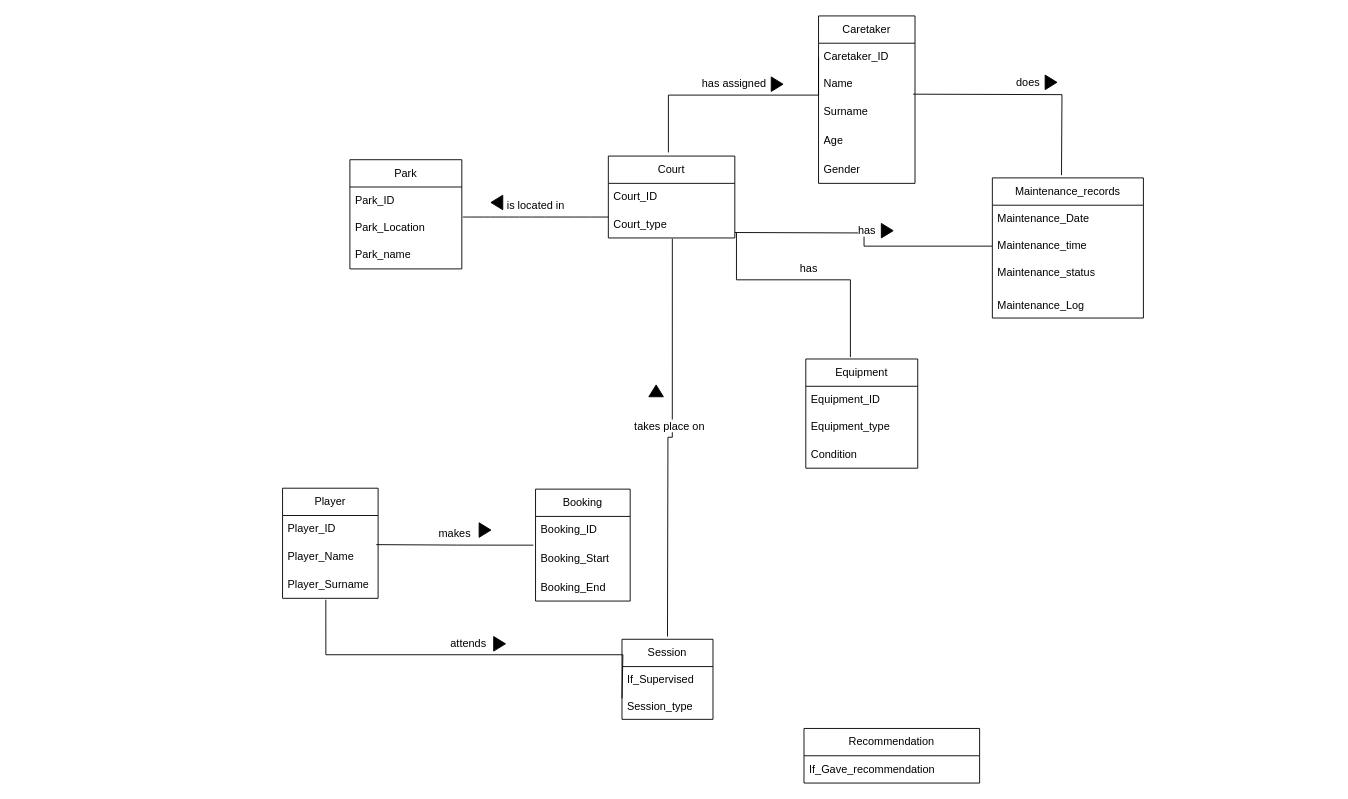
Earlier version of the draw.io diagram DB_cwk.drawio (frajdzia/DB_cwk). Source tidied: cells renumbered, new cells numbered last; positions are measured from the earlier drawing's top-left corner, leaving out a move shared by most shapes. Both pictures are drawn from the tidied source at 91%, with x=0, y=0 at pixel (282, 15).
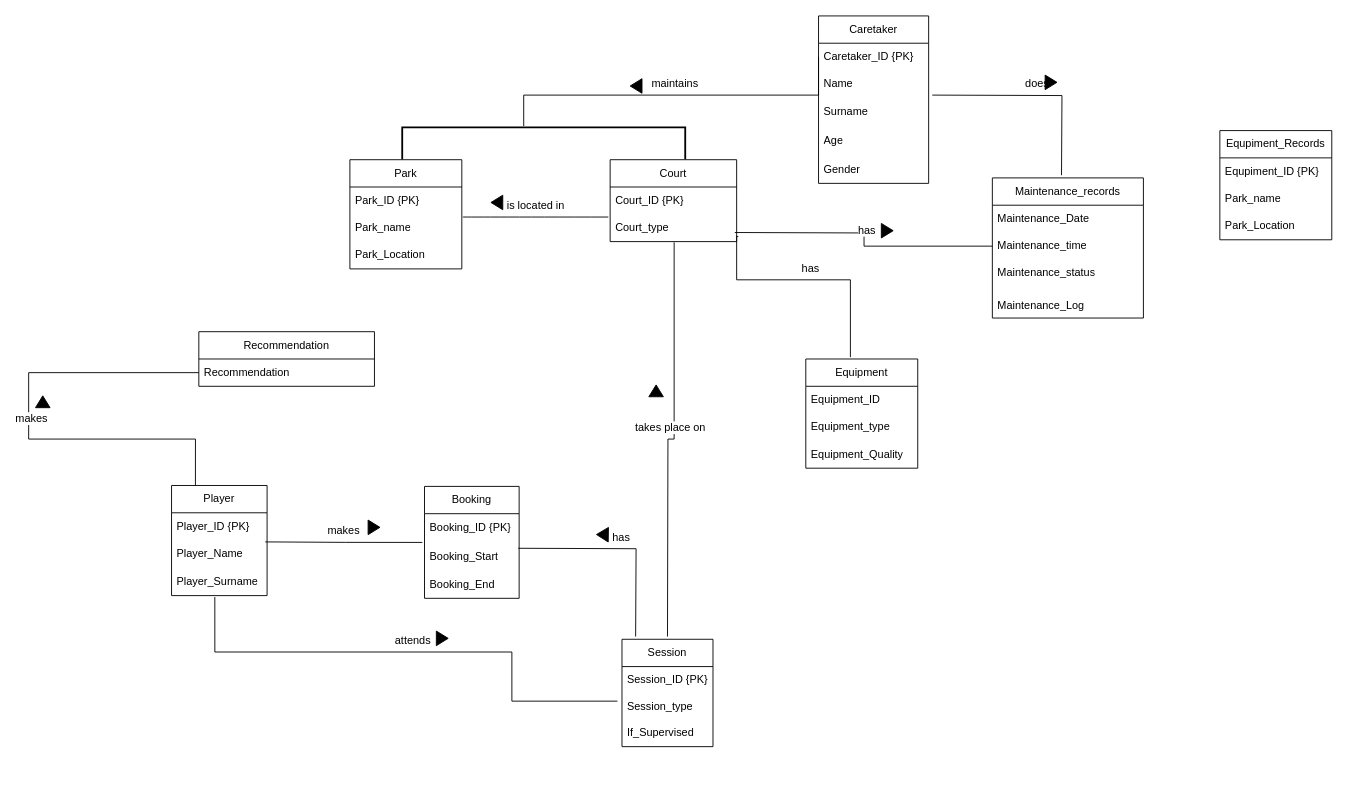
The same diagram, later.

The change refers to these unchanged cells:
```xml
<mxCell id="11" value="Equipment" style="swimlane;fontStyle=0;horizontal=1;startSize=30;whiteSpace=wrap;html=1;" parent="1" vertex="1">
  <mxGeometry x="575" y="377" width="123" height="120" as="geometry" />
</mxCell>
<mxCell id="21" value="Player_Surname" style="text;strokeColor=none;fillColor=none;align=left;verticalAlign=middle;spacingLeft=4;spacingRight=4;overflow=hidden;points=[[0,0.5],[1,0.5]];portConstraint=eastwest;whiteSpace=wrap;html=1;" parent="18" vertex="1">
  <mxGeometry y="90" width="105" height="31" as="geometry" />
</mxCell>
<mxCell id="26" value="Booking_Start" style="text;strokeColor=none;fillColor=none;align=left;verticalAlign=middle;spacingLeft=4;spacingRight=4;overflow=hidden;points=[[0,0.5],[1,0.5]];portConstraint=eastwest;whiteSpace=wrap;html=1;" parent="24" vertex="1">
  <mxGeometry y="60" width="104" height="33" as="geometry" />
</mxCell>
<mxCell id="33" value="Park" style="swimlane;fontStyle=0;horizontal=1;startSize=30;whiteSpace=wrap;html=1;" parent="1" vertex="1">
  <mxGeometry x="74" y="158" width="123" height="120" as="geometry" />
</mxCell>
```

Diff of the diagram source:
```diff
@@
     <mxCell id="2" value="Caretaker" style="swimlane;fontStyle=0;horizontal=1;startSize=30;whiteSpace=wrap;html=1;" parent="1" vertex="1">
-      <mxGeometry x="589" width="106" height="184" as="geometry" />
+      <mxGeometry x="589" width="121" height="184" as="geometry" />
     </mxCell>
-    <mxCell id="3" value="Caretaker_ID" style="text;strokeColor=none;fillColor=none;align=left;verticalAlign=middle;spacingLeft=4;spacingRight=4;overflow=hidden;points=[[0,0.5],[1,0.5]];portConstraint=eastwest;whiteSpace=wrap;html=1;" parent="2" vertex="1">
-      <mxGeometry y="30" width="106" height="30" as="geometry" />
+    <mxCell id="3" value="Caretaker_ID {PK}" style="text;strokeColor=none;fillColor=none;align=left;verticalAlign=middle;spacingLeft=4;spacingRight=4;overflow=hidden;points=[[0,0.5],[1,0.5]];portConstraint=eastwest;whiteSpace=wrap;html=1;" parent="2" vertex="1">
+      <mxGeometry y="30" width="121" height="30" as="geometry" />
     </mxCell>
     <mxCell id="4" value="Name" style="text;strokeColor=none;fillColor=none;align=left;verticalAlign=middle;spacingLeft=4;spacingRight=4;overflow=hidden;whiteSpace=wrap;html=1;" parent="2" vertex="1">
-      <mxGeometry y="60" width="106" height="30" as="geometry" />
+      <mxGeometry y="60" width="121" height="30" as="geometry" />
     </mxCell>
     <mxCell id="5" value="Surname" style="text;strokeColor=none;fillColor=none;align=left;verticalAlign=middle;spacingLeft=4;spacingRight=4;overflow=hidden;whiteSpace=wrap;html=1;" parent="2" vertex="1">
-      <mxGeometry y="90" width="106" height="30" as="geometry" />
+      <mxGeometry y="90" width="121" height="30" as="geometry" />
     </mxCell>
     <mxCell id="6" value="Age" style="text;strokeColor=none;fillColor=none;align=left;verticalAlign=middle;spacingLeft=4;spacingRight=4;overflow=hidden;whiteSpace=wrap;html=1;" parent="2" vertex="1">
-      <mxGeometry y="120" width="106" height="34" as="geometry" />
+      <mxGeometry y="120" width="121" height="34" as="geometry" />
     </mxCell>
     <mxCell id="7" value="Gender" style="text;strokeColor=none;fillColor=none;align=left;verticalAlign=middle;spacingLeft=4;spacingRight=4;overflow=hidden;whiteSpace=wrap;html=1;" parent="2" vertex="1">
-      <mxGeometry y="154" width="106" height="30" as="geometry" />
+      <mxGeometry y="154" width="121" height="30" as="geometry" />
     </mxCell>
     <mxCell id="8" value="Court" style="swimlane;fontStyle=0;horizontal=1;startSize=30;whiteSpace=wrap;html=1;" parent="1" vertex="1">
-      <mxGeometry x="358" y="154" width="139" height="90" as="geometry" />
+      <mxGeometry x="360" y="158" width="139" height="90" as="geometry" />
     </mxCell>
-    <mxCell id="9" value="Court_ID" style="text;strokeColor=none;fillColor=none;align=left;verticalAlign=middle;spacingLeft=4;spacingRight=4;overflow=hidden;whiteSpace=wrap;html=1;" parent="8" vertex="1">
+    <mxCell id="9" value="Court_ID {PK}" style="text;strokeColor=none;fillColor=none;align=left;verticalAlign=middle;spacingLeft=4;spacingRight=4;overflow=hidden;whiteSpace=wrap;html=1;" parent="8" vertex="1">
       <mxGeometry y="30" width="139" height="30" as="geometry" />
     </mxCell>
@@
-    <mxCell id="14" value="Condition" style="text;strokeColor=none;fillColor=none;align=left;verticalAlign=middle;spacingLeft=4;spacingRight=4;overflow=hidden;whiteSpace=wrap;html=1;" parent="11" vertex="1">
+    <mxCell id="14" value="Equipment_Quality" style="text;strokeColor=none;fillColor=none;align=left;verticalAlign=middle;spacingLeft=4;spacingRight=4;overflow=hidden;whiteSpace=wrap;html=1;" parent="11" vertex="1">
       <mxGeometry y="90" width="123" height="30" as="geometry" />
     </mxCell>
     <mxCell id="15" value="Session" style="swimlane;fontStyle=0;horizontal=1;startSize=30;whiteSpace=wrap;html=1;" parent="1" vertex="1">
-      <mxGeometry x="373" y="685" width="100" height="88" as="geometry" />
+      <mxGeometry x="373" y="685" width="100" height="118" as="geometry" />
     </mxCell>
-    <mxCell id="16" value="If_Supervised" style="text;strokeColor=none;fillColor=none;align=left;verticalAlign=middle;spacingLeft=4;spacingRight=4;overflow=hidden;whiteSpace=wrap;html=1;" parent="15" vertex="1">
+    <mxCell id="16" value="Session_ID {PK}" style="text;strokeColor=none;fillColor=none;align=left;verticalAlign=middle;spacingLeft=4;spacingRight=4;overflow=hidden;whiteSpace=wrap;html=1;" parent="15" vertex="1">
       <mxGeometry y="30" width="100" height="30" as="geometry" />
     </mxCell>
@@
+    <mxCell id="52" value="If_Supervised" style="text;strokeColor=none;fillColor=none;align=left;verticalAlign=middle;spacingLeft=4;spacingRight=4;overflow=hidden;whiteSpace=wrap;html=1;" parent="15" vertex="1">
+      <mxGeometry y="88" width="100" height="30" as="geometry" />
+    </mxCell>
     <mxCell id="18" value="Player" style="swimlane;fontStyle=0;horizontal=1;startSize=30;whiteSpace=wrap;html=1;" parent="1" vertex="1">
-      <mxGeometry y="519" width="105" height="121" as="geometry" />
+      <mxGeometry x="-122" y="516" width="105" height="121" as="geometry" />
     </mxCell>
-    <mxCell id="19" value="Player_ID" style="text;strokeColor=none;fillColor=none;align=left;verticalAlign=middle;spacingLeft=4;spacingRight=4;overflow=hidden;whiteSpace=wrap;html=1;" parent="18" vertex="1">
+    <mxCell id="19" value="Player_ID {PK}" style="text;strokeColor=none;fillColor=none;align=left;verticalAlign=middle;spacingLeft=4;spacingRight=4;overflow=hidden;whiteSpace=wrap;html=1;" parent="18" vertex="1">
       <mxGeometry y="30" width="105" height="30" as="geometry" />
     </mxCell>
@@
     <mxCell id="22" value="Recommendation" style="swimlane;fontStyle=0;horizontal=1;startSize=30;whiteSpace=wrap;html=1;" parent="1" vertex="1">
-      <mxGeometry x="573" y="783" width="193" height="60" as="geometry" />
+      <mxGeometry x="-92" y="347" width="193" height="60" as="geometry" />
     </mxCell>
-    <mxCell id="23" value="If_Gave_recommendation" style="text;strokeColor=none;fillColor=none;align=left;verticalAlign=middle;spacingLeft=4;spacingRight=4;overflow=hidden;points=[[0,0.5],[1,0.5]];portConstraint=eastwest;whiteSpace=wrap;html=1;" parent="22" vertex="1">
+    <mxCell id="23" value="Recommendation&amp;nbsp;" style="text;strokeColor=none;fillColor=none;align=left;verticalAlign=middle;spacingLeft=4;spacingRight=4;overflow=hidden;points=[[0,0.5],[1,0.5]];portConstraint=eastwest;whiteSpace=wrap;html=1;" parent="22" vertex="1">
       <mxGeometry y="30" width="193" height="30" as="geometry" />
     </mxCell>
     <mxCell id="24" value="Booking" style="swimlane;fontStyle=0;horizontal=1;startSize=30;whiteSpace=wrap;html=1;" parent="1" vertex="1">
-      <mxGeometry x="278" y="520" width="104" height="123" as="geometry" />
+      <mxGeometry x="156" y="517" width="104" height="123" as="geometry" />
     </mxCell>
-    <mxCell id="25" value="Booking_ID" style="text;strokeColor=none;fillColor=none;align=left;verticalAlign=middle;spacingLeft=4;spacingRight=4;overflow=hidden;whiteSpace=wrap;html=1;" parent="24" vertex="1">
+    <mxCell id="25" value="Booking_ID {PK}" style="text;strokeColor=none;fillColor=none;align=left;verticalAlign=middle;spacingLeft=4;spacingRight=4;overflow=hidden;whiteSpace=wrap;html=1;" parent="24" vertex="1">
       <mxGeometry y="30" width="104" height="30" as="geometry" />
     </mxCell>
@@
-    <mxCell id="34" value="Park_ID" style="text;strokeColor=none;fillColor=none;align=left;verticalAlign=middle;spacingLeft=4;spacingRight=4;overflow=hidden;whiteSpace=wrap;html=1;" parent="33" vertex="1">
+    <mxCell id="34" value="Park_ID {PK}" style="text;strokeColor=none;fillColor=none;align=left;verticalAlign=middle;spacingLeft=4;spacingRight=4;overflow=hidden;whiteSpace=wrap;html=1;" parent="33" vertex="1">
       <mxGeometry y="30" width="123" height="30" as="geometry" />
     </mxCell>
+    <mxCell id="36" value="Park_name" style="text;strokeColor=none;fillColor=none;align=left;verticalAlign=middle;spacingLeft=4;spacingRight=4;overflow=hidden;whiteSpace=wrap;html=1;" parent="33" vertex="1">
+      <mxGeometry y="60" width="123" height="30" as="geometry" />
+    </mxCell>
     <mxCell id="35" value="Park_Location" style="text;strokeColor=none;fillColor=none;align=left;verticalAlign=middle;spacingLeft=4;spacingRight=4;overflow=hidden;whiteSpace=wrap;html=1;" parent="33" vertex="1">
-      <mxGeometry y="60" width="123" height="30" as="geometry" />
+      <mxGeometry y="90" width="123" height="30" as="geometry" />
     </mxCell>
-    <mxCell id="36" value="Park_name" style="text;strokeColor=none;fillColor=none;align=left;verticalAlign=middle;spacingLeft=4;spacingRight=4;overflow=hidden;whiteSpace=wrap;html=1;" parent="33" vertex="1">
-      <mxGeometry y="90" width="123" height="30" as="geometry" />
-    </mxCell>
@@
     <mxCell id="38" value="makes" style="endArrow=none;html=1;endSize=12;startArrow=none;startSize=14;startFill=0;edgeStyle=orthogonalEdgeStyle;align=center;verticalAlign=bottom;endFill=0;rounded=0;fontSize=12;exitX=1.005;exitY=0.12;exitDx=0;exitDy=0;exitPerimeter=0;entryX=-0.023;entryY=0.048;entryDx=0;entryDy=0;entryPerimeter=0;" parent="1" edge="1" target="26">
       <mxGeometry y="3" relative="1" as="geometry">
-        <mxPoint x="103" y="581" as="sourcePoint" />
+        <mxPoint x="-19" y="578" as="sourcePoint" />
       </mxGeometry>
     </mxCell>
     <mxCell id="39" style="triangle;whiteSpace=wrap;html=1;fillColor=#000000;" parent="1" vertex="1">
-      <mxGeometry x="216" y="557" width="13" height="16" as="geometry" />
+      <mxGeometry x="94" y="554" width="13" height="16" as="geometry" />
     </mxCell>
     <mxCell id="40" value="attends" style="endArrow=none;html=1;endSize=12;startArrow=none;startSize=14;startFill=0;edgeStyle=orthogonalEdgeStyle;align=center;verticalAlign=bottom;endFill=0;rounded=0;fontSize=12;exitX=0.453;exitY=1.052;exitDx=0;exitDy=0;exitPerimeter=0;" parent="1" edge="1" source="21">
       <mxGeometry y="3" relative="1" as="geometry">
-        <mxPoint x="373" y="750" as="targetPoint" />
+        <mxPoint x="368" y="753" as="targetPoint" />
         <Array as="points">
-          <mxPoint x="48" y="702" />
-          <mxPoint x="374" y="702" />
+          <mxPoint x="-74" y="699" />
+          <mxPoint x="252" y="699" />
         </Array>
       </mxGeometry>
     </mxCell>
-    <mxCell id="41" style="triangle;whiteSpace=wrap;html=1;fillColor=#000000;" parent="1" vertex="1">
-      <mxGeometry x="232" y="682" width="13" height="16" as="geometry" />
-    </mxCell>
@@
-    <mxCell id="44" value="has assigned" style="endArrow=none;html=1;endSize=12;startArrow=none;startSize=14;startFill=0;edgeStyle=orthogonalEdgeStyle;align=center;verticalAlign=bottom;endFill=0;rounded=0;fontSize=12;entryX=0;entryY=0.5;entryDx=0;entryDy=0;" parent="1" edge="1" target="3">
+    <mxCell id="44" value="maintains" style="endArrow=none;html=1;endSize=12;startArrow=none;startSize=14;startFill=0;edgeStyle=orthogonalEdgeStyle;align=center;verticalAlign=bottom;endFill=0;rounded=0;fontSize=12;entryX=0;entryY=0.5;entryDx=0;entryDy=0;" parent="1" edge="1" target="3">
       <mxGeometry y="3" relative="1" as="geometry">
-        <mxPoint x="424" y="150" as="sourcePoint" />
+        <mxPoint x="265" y="121" as="sourcePoint" />
         <Array as="points">
-          <mxPoint x="424" y="87" />
           <mxPoint x="589" y="87" />
         </Array>
       </mxGeometry>
     </mxCell>
-    <mxCell id="45" style="triangle;whiteSpace=wrap;html=1;fillColor=#000000;" parent="1" vertex="1">
-      <mxGeometry x="537" y="67" width="13" height="16" as="geometry" />
-    </mxCell>
-    <mxCell id="46" value="does" style="endArrow=none;html=1;endSize=12;startArrow=none;startSize=14;startFill=0;edgeStyle=orthogonalEdgeStyle;align=center;verticalAlign=bottom;endFill=0;rounded=0;fontSize=12;exitX=1.005;exitY=0.12;exitDx=0;exitDy=0;exitPerimeter=0;" parent="1" edge="1">
+    <mxCell id="46" value="does" style="endArrow=none;html=1;endSize=12;startArrow=none;startSize=14;startFill=0;edgeStyle=orthogonalEdgeStyle;align=center;verticalAlign=bottom;endFill=0;rounded=0;fontSize=12;" parent="1" edge="1">
       <mxGeometry y="3" relative="1" as="geometry">
-        <mxPoint x="693" y="86" as="sourcePoint" />
+        <mxPoint x="714" y="87" as="sourcePoint" />
         <mxPoint x="856" y="175" as="targetPoint" />
       </mxGeometry>
     </mxCell>
@@
+    <mxCell id="53" style="triangle;whiteSpace=wrap;html=1;fillColor=#000000;" parent="1" vertex="1">
+      <mxGeometry x="169" y="676" width="13" height="16" as="geometry" />
+    </mxCell>
+    <mxCell id="54" value="has" style="endArrow=none;html=1;endSize=12;startArrow=none;startSize=14;startFill=0;edgeStyle=orthogonalEdgeStyle;align=center;verticalAlign=bottom;endFill=0;rounded=0;fontSize=12;exitX=1.005;exitY=0.12;exitDx=0;exitDy=0;exitPerimeter=0;" parent="1" edge="1">
+      <mxGeometry y="3" relative="1" as="geometry">
+        <mxPoint x="259" y="585" as="sourcePoint" />
+        <mxPoint x="388" y="682" as="targetPoint" />
+      </mxGeometry>
+    </mxCell>
+    <mxCell id="55" style="triangle;whiteSpace=wrap;html=1;fillColor=#000000;rotation=-179;" parent="1" vertex="1">
+      <mxGeometry x="345" y="562" width="13" height="16" as="geometry" />
+    </mxCell>
+    <mxCell id="56" value="makes" style="endArrow=none;html=1;endSize=12;startArrow=none;startSize=14;startFill=0;edgeStyle=orthogonalEdgeStyle;align=center;verticalAlign=bottom;endFill=0;rounded=0;fontSize=12;entryX=0.25;entryY=0;entryDx=0;entryDy=0;exitX=0;exitY=0.5;exitDx=0;exitDy=0;" parent="1" edge="1" source="23" target="18">
+      <mxGeometry y="3" relative="1" as="geometry">
+        <Array as="points">
+          <mxPoint x="-279" y="392" />
+          <mxPoint x="-279" y="465" />
+          <mxPoint x="-96" y="465" />
+        </Array>
+      </mxGeometry>
+    </mxCell>
+    <mxCell id="57" style="triangle;whiteSpace=wrap;html=1;fillColor=#000000;rotation=-90;" parent="1" vertex="1">
+      <mxGeometry x="-270" y="416" width="13" height="16" as="geometry" />
+    </mxCell>
+    <mxCell id="58" style="strokeWidth=2;html=1;shape=mxgraph.flowchart.annotation_1;align=left;rotation=90;" parent="1" vertex="1">
+      <mxGeometry x="269.5" y="-15.5" width="35" height="311" as="geometry" />
+    </mxCell>
+    <mxCell id="59" style="triangle;whiteSpace=wrap;html=1;fillColor=#000000;rotation=-180;" parent="1" vertex="1">
+      <mxGeometry x="382" y="69" width="13" height="16" as="geometry" />
+    </mxCell>
+    <mxCell id="60" value="Equpiment_Records" style="swimlane;fontStyle=0;horizontal=1;startSize=30;whiteSpace=wrap;html=1;" parent="1" vertex="1">
+      <mxGeometry x="1030" y="126" width="123" height="120" as="geometry" />
+    </mxCell>
+    <mxCell id="61" value="Equpiment_ID {PK}" style="text;strokeColor=none;fillColor=none;align=left;verticalAlign=middle;spacingLeft=4;spacingRight=4;overflow=hidden;whiteSpace=wrap;html=1;" parent="60" vertex="1">
+      <mxGeometry y="30" width="123" height="30" as="geometry" />
+    </mxCell>
+    <mxCell id="62" value="Park_name" style="text;strokeColor=none;fillColor=none;align=left;verticalAlign=middle;spacingLeft=4;spacingRight=4;overflow=hidden;whiteSpace=wrap;html=1;" parent="60" vertex="1">
+      <mxGeometry y="60" width="123" height="30" as="geometry" />
+    </mxCell>
+    <mxCell id="63" value="Park_Location" style="text;strokeColor=none;fillColor=none;align=left;verticalAlign=middle;spacingLeft=4;spacingRight=4;overflow=hidden;whiteSpace=wrap;html=1;" parent="60" vertex="1">
+      <mxGeometry y="90" width="123" height="30" as="geometry" />
+    </mxCell>
```
